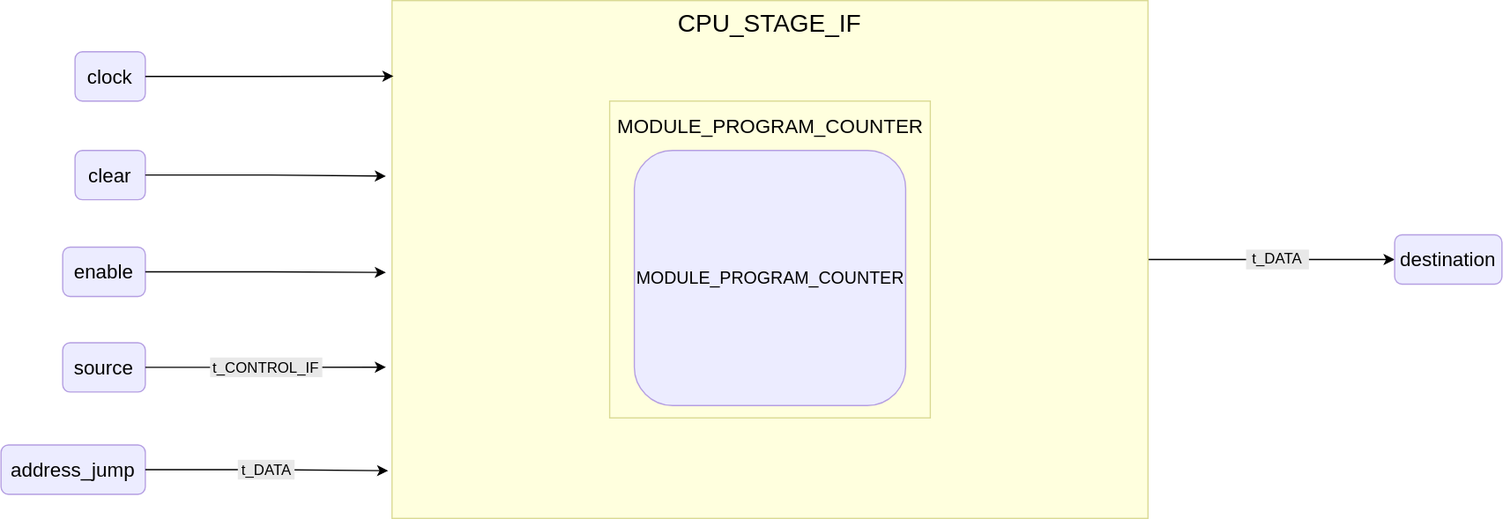
Above: public/images/reference/report_components/cpu_stage_if.drawio.svg in insper-riscv/docs (draw.io), before the change. Source tidied: cells renumbered, new cells last; positions are measured from the earlier drawing's top-left corner, leaving out a move shared by most shapes.
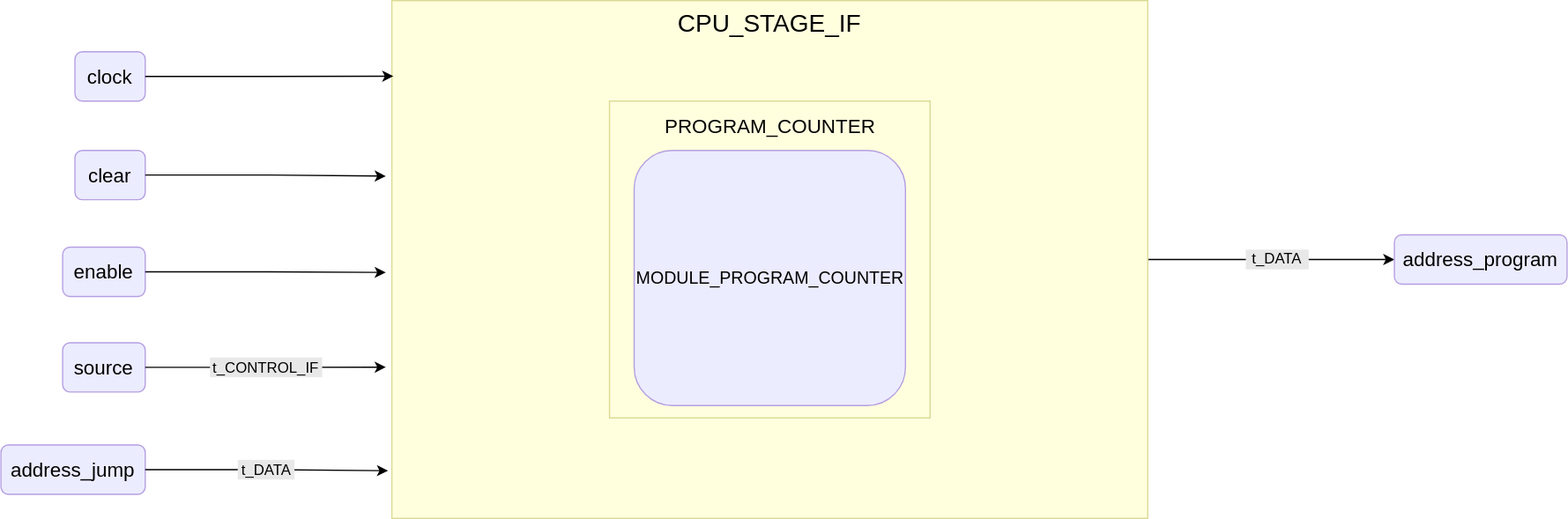
The same diagram one commit later.

Diff of the diagram source:
```diff
@@ -8,10 +8,10 @@
     <mxCell id="3" value="CPU_STAGE_IF" style="rounded=0;whiteSpace=wrap;html=1;fillColor=#ffffde;strokeColor=#dada94;verticalAlign=top;fontSize=20;" parent="1" vertex="1">
       <mxGeometry x="317" width="613" height="420" as="geometry" />
     </mxCell>
-    <mxCell id="4" value="destination" style="rounded=1;whiteSpace=wrap;html=1;fillColor=#ececff;strokeColor=#b59fe2;fontSize=16;" parent="1" vertex="1">
-      <mxGeometry x="1130" y="190" width="87" height="40" as="geometry" />
+    <mxCell id="4" value="address_program" style="rounded=1;whiteSpace=wrap;html=1;fillColor=#ececff;strokeColor=#b59fe2;fontSize=16;" parent="1" vertex="1">
+      <mxGeometry x="1130" y="190" width="140" height="40" as="geometry" />
     </mxCell>
-    <mxCell id="5" value="&lt;span style=&quot;font-size: 16px;&quot;&gt;MODULE_PROGRAM_COUNTER&lt;/span&gt;" style="rounded=0;whiteSpace=wrap;html=1;fillColor=#ffffde;strokeColor=#dada94;verticalAlign=top;fontSize=20;" parent="1" vertex="1">
+    <mxCell id="5" value="&lt;span style=&quot;font-size: 16px;&quot;&gt;PROGRAM_COUNTER&lt;/span&gt;" style="rounded=0;whiteSpace=wrap;html=1;fillColor=#ffffde;strokeColor=#dada94;verticalAlign=top;fontSize=20;" parent="1" vertex="1">
       <mxGeometry x="493.5" y="81.5" width="260" height="257" as="geometry" />
     </mxCell>
     <mxCell id="6" value="MODULE_PROGRAM_COUNTER" style="rounded=1;whiteSpace=wrap;html=1;fillColor=#ececff;strokeColor=#b59fe2;fontSize=14;" parent="1" vertex="1">
```
